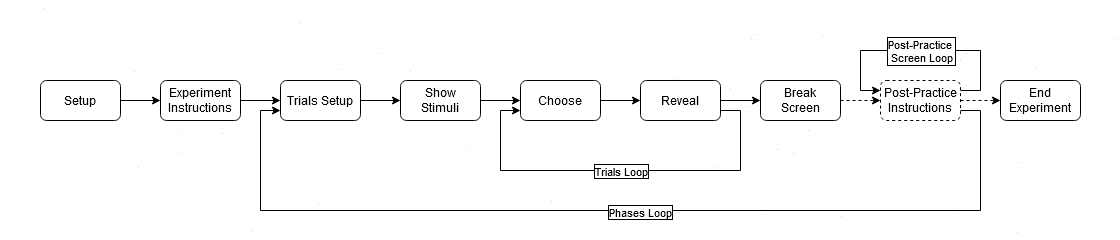
Above: imgs/ChooseFMRIDiagram.png in jlmojicaperez/GluckLab (draw.io), before the change. Source tidied: cells renumbered, new cells last; positions are measured from the earlier drawing's top-left corner, leaving out a move shared by most shapes. Source of this version:
```xml
<mxGraphModel>
  <root>
    <mxCell id="0" />
    <mxCell id="1" parent="0" />
    <mxCell id="2" style="rounded=1;whiteSpace=wrap;html=1;fillColor=#FFFFFF;opacity=30;strokeColor=none;" parent="1" vertex="1">
      <mxGeometry width="1120" height="240" as="geometry" />
    </mxCell>
    <mxCell id="3" style="edgeStyle=orthogonalEdgeStyle;rounded=0;jettySize=auto;html=1;exitX=1;exitY=0.5;exitDx=0;exitDy=0;strokeColor=#000000;" parent="1" edge="1" source="4" target="6">
      <mxGeometry relative="1" as="geometry" />
    </mxCell>
    <mxCell id="4" value="Setup" style="rounded=1;whiteSpace=wrap;html=1;fillStyle=solid;strokeColor=#000000;fillColor=#FFFFFF;fontColor=#000000;" parent="1" vertex="1">
      <mxGeometry x="40" y="80" width="80" height="40" as="geometry" />
    </mxCell>
    <mxCell id="5" style="edgeStyle=orthogonalEdgeStyle;rounded=0;jettySize=auto;html=1;exitX=1;exitY=0.5;exitDx=0;exitDy=0;entryX=0;entryY=0.5;entryDx=0;entryDy=0;strokeColor=#000000;" parent="1" edge="1" source="6" target="8">
      <mxGeometry relative="1" as="geometry" />
    </mxCell>
    <mxCell id="6" value="Experiment&lt;br&gt;&lt;div&gt;Instructions&lt;/div&gt;" style="rounded=1;whiteSpace=wrap;html=1;fillStyle=solid;strokeColor=#000000;fillColor=#FFFFFF;fontColor=#000000;" parent="1" vertex="1">
      <mxGeometry x="160" y="80" width="80" height="40" as="geometry" />
    </mxCell>
    <mxCell id="7" style="edgeStyle=orthogonalEdgeStyle;rounded=0;jettySize=auto;html=1;exitX=1;exitY=0.5;exitDx=0;exitDy=0;entryX=0;entryY=0.5;entryDx=0;entryDy=0;strokeColor=#000000;" parent="1" edge="1" source="8" target="23">
      <mxGeometry relative="1" as="geometry" />
    </mxCell>
    <mxCell id="8" value="Trials Setup" style="rounded=1;whiteSpace=wrap;html=1;fillStyle=solid;strokeColor=#000000;fillColor=#FFFFFF;fontColor=#000000;" parent="1" vertex="1">
      <mxGeometry x="280" y="80" width="80" height="40" as="geometry" />
    </mxCell>
    <mxCell id="9" style="edgeStyle=orthogonalEdgeStyle;rounded=0;jettySize=auto;html=1;exitX=1;exitY=0.5;exitDx=0;exitDy=0;entryX=0;entryY=0.5;entryDx=0;entryDy=0;strokeColor=#000000;" parent="1" edge="1" source="10" target="14">
      <mxGeometry relative="1" as="geometry" />
    </mxCell>
    <mxCell id="10" value="Choose" style="rounded=1;whiteSpace=wrap;html=1;fillStyle=solid;strokeColor=#000000;fillColor=#FFFFFF;fontColor=#000000;" parent="1" vertex="1">
      <mxGeometry x="520" y="80" width="80" height="40" as="geometry" />
    </mxCell>
    <mxCell id="11" style="edgeStyle=orthogonalEdgeStyle;rounded=0;jettySize=auto;html=1;exitX=1;exitY=0.5;exitDx=0;exitDy=0;entryX=0;entryY=0.5;entryDx=0;entryDy=0;dashed=1;strokeColor=#000000;" parent="1" edge="1" source="25" target="16">
      <mxGeometry relative="1" as="geometry" />
    </mxCell>
    <mxCell id="12" style="edgeStyle=orthogonalEdgeStyle;rounded=0;jettySize=auto;html=1;exitX=1;exitY=0.75;exitDx=0;exitDy=0;entryX=0;entryY=0.75;entryDx=0;entryDy=0;strokeColor=#000000;" parent="1" edge="1" source="14" target="10">
      <mxGeometry relative="1" as="geometry">
        <Array as="points">
          <mxPoint x="740" y="110" />
          <mxPoint x="740" y="170" />
          <mxPoint x="500" y="170" />
          <mxPoint x="500" y="110" />
        </Array>
      </mxGeometry>
    </mxCell>
    <mxCell id="13" value="&lt;div&gt;Trials Loop&lt;/div&gt;" style="edgeLabel;html=1;align=center;verticalAlign=middle;labelBackgroundColor=#ffffff;labelBorderColor=#000000;fontColor=#000000;spacing=13;" parent="12" vertex="1">
      <mxGeometry x="0.06" relative="1" as="geometry">
        <mxPoint x="13" as="offset" />
      </mxGeometry>
    </mxCell>
    <mxCell id="14" value="Reveal" style="rounded=1;whiteSpace=wrap;html=1;fillStyle=solid;strokeColor=#000000;fillColor=#FFFFFF;fontColor=#000000;" parent="1" vertex="1">
      <mxGeometry x="640" y="80" width="80" height="40" as="geometry" />
    </mxCell>
    <mxCell id="15" style="edgeStyle=orthogonalEdgeStyle;rounded=0;jettySize=auto;html=1;exitX=1;exitY=0.5;exitDx=0;exitDy=0;entryX=0;entryY=0.5;entryDx=0;entryDy=0;dashed=1;strokeColor=#000000;" parent="1" edge="1" source="16" target="19">
      <mxGeometry relative="1" as="geometry" />
    </mxCell>
    <mxCell id="16" value="&lt;div&gt;Post-Practice&lt;/div&gt;&lt;div&gt;Instructions&lt;br&gt;&lt;/div&gt;" style="rounded=1;whiteSpace=wrap;html=1;dashed=1;fillStyle=solid;fillColor=#FFFFFF;fontColor=#000000;strokeColor=#000000;" parent="1" vertex="1">
      <mxGeometry x="880" y="80" width="80" height="40" as="geometry" />
    </mxCell>
    <mxCell id="17" style="edgeStyle=orthogonalEdgeStyle;rounded=0;jettySize=auto;html=1;exitX=1;exitY=0.75;exitDx=0;exitDy=0;strokeColor=#000000;" parent="1" edge="1" source="16">
      <mxGeometry relative="1" as="geometry">
        <mxPoint x="280" y="110" as="targetPoint" />
        <Array as="points">
          <mxPoint x="980" y="110" />
          <mxPoint x="980" y="210" />
          <mxPoint x="260" y="210" />
          <mxPoint x="260" y="110" />
        </Array>
      </mxGeometry>
    </mxCell>
    <mxCell id="18" value="Phases Loop" style="edgeLabel;html=1;align=center;verticalAlign=middle;labelBackgroundColor=#ffffff;labelBorderColor=#000000;fontColor=#000000;spacing=13;" parent="17" vertex="1">
      <mxGeometry x="-0.04" y="1" relative="1" as="geometry" />
    </mxCell>
    <mxCell id="19" value="End Experiment" style="rounded=1;whiteSpace=wrap;html=1;fillStyle=solid;strokeColor=#000000;fillColor=#FFFFFF;fontColor=#000000;" parent="1" vertex="1">
      <mxGeometry x="1000" y="80" width="80" height="40" as="geometry" />
    </mxCell>
    <mxCell id="20" style="edgeStyle=orthogonalEdgeStyle;rounded=0;orthogonalLoop=1;jettySize=auto;html=1;exitX=1;exitY=0.25;exitDx=0;exitDy=0;entryX=0;entryY=0.25;entryDx=0;entryDy=0;strokeColor=#000000;" parent="1" edge="1" source="16" target="16">
      <mxGeometry relative="1" as="geometry">
        <Array as="points">
          <mxPoint x="980" y="90" />
          <mxPoint x="980" y="50" />
          <mxPoint x="860" y="50" />
          <mxPoint x="860" y="90" />
        </Array>
      </mxGeometry>
    </mxCell>
    <mxCell id="21" value="&lt;div&gt;Post-Practice&amp;nbsp;&lt;/div&gt;&lt;div&gt;Screen Loop&lt;/div&gt;" style="edgeLabel;html=1;align=center;verticalAlign=middle;labelBackgroundColor=#ffffff;labelBorderColor=#000000;fontColor=#000000;spacing=13;" parent="20" vertex="1">
      <mxGeometry x="0.03" relative="1" as="geometry">
        <mxPoint x="3" as="offset" />
      </mxGeometry>
    </mxCell>
    <mxCell id="22" style="edgeStyle=orthogonalEdgeStyle;rounded=0;jettySize=auto;html=1;" parent="1" edge="1" source="23" target="10">
      <mxGeometry relative="1" as="geometry" />
    </mxCell>
    <mxCell id="23" value="&lt;div&gt;Show&lt;/div&gt;&lt;div&gt;Stimuli&lt;/div&gt;" style="rounded=1;whiteSpace=wrap;html=1;fillStyle=solid;strokeColor=#000000;fillColor=#FFFFFF;fontColor=#000000;" parent="1" vertex="1">
      <mxGeometry x="400" y="80" width="80" height="40" as="geometry" />
    </mxCell>
    <mxCell id="24" style="edgeStyle=orthogonalEdgeStyle;rounded=0;jettySize=auto;html=1;exitX=1;exitY=0.5;exitDx=0;exitDy=0;entryX=0;entryY=0.5;entryDx=0;entryDy=0;strokeColor=#000000;" parent="1" edge="1" source="14" target="25">
      <mxGeometry relative="1" as="geometry" />
    </mxCell>
    <mxCell id="25" value="&lt;div&gt;Break&lt;/div&gt;&lt;div&gt;Screen&lt;/div&gt;" style="rounded=1;whiteSpace=wrap;html=1;fillStyle=solid;strokeColor=#000000;fillColor=#FFFFFF;fontColor=#000000;" parent="1" vertex="1">
      <mxGeometry x="760" y="80" width="80" height="40" as="geometry" />
    </mxCell>
  </root>
</mxGraphModel>
```
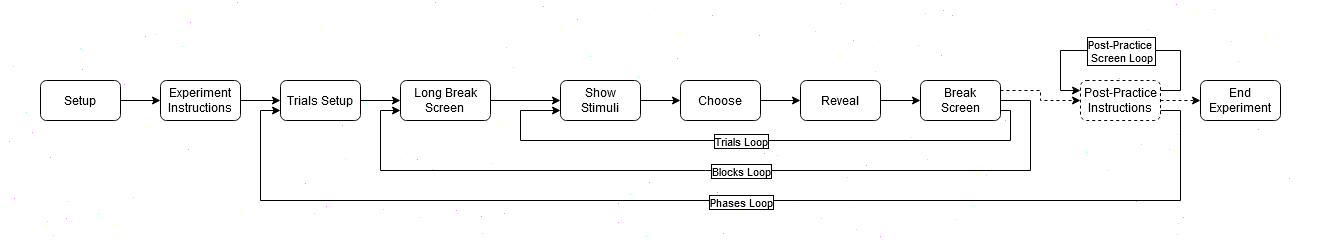
Above is the later version.

Diff of the diagram source:
```diff
@@ -2,9 +2,9 @@
   <root>
     <mxCell id="0" />
     <mxCell id="1" parent="0" />
-    <mxCell id="2" style="rounded=1;whiteSpace=wrap;html=1;fillColor=#FFFFFF;opacity=30;strokeColor=none;" parent="1" vertex="1">
-      <mxGeometry width="1120" height="240" as="geometry" />
-    </mxCell>
+    <mxCell id="26" style="rounded=1;whiteSpace=wrap;html=1;opacity=50;strokeWidth=0;strokeColor=none;" parent="1" vertex="1">
+      <mxGeometry width="1320" height="240" as="geometry" />
+    </mxCell>
     <mxCell id="3" style="edgeStyle=orthogonalEdgeStyle;rounded=0;jettySize=auto;html=1;exitX=1;exitY=0.5;exitDx=0;exitDy=0;strokeColor=#000000;" parent="1" edge="1" source="4" target="6">
       <mxGeometry relative="1" as="geometry" />
     </mxCell>
@@ -17,9 +17,9 @@
     <mxCell id="6" value="Experiment&lt;br&gt;&lt;div&gt;Instructions&lt;/div&gt;" style="rounded=1;whiteSpace=wrap;html=1;fillStyle=solid;strokeColor=#000000;fillColor=#FFFFFF;fontColor=#000000;" parent="1" vertex="1">
       <mxGeometry x="160" y="80" width="80" height="40" as="geometry" />
     </mxCell>
-    <mxCell id="7" style="edgeStyle=orthogonalEdgeStyle;rounded=0;jettySize=auto;html=1;exitX=1;exitY=0.5;exitDx=0;exitDy=0;entryX=0;entryY=0.5;entryDx=0;entryDy=0;strokeColor=#000000;" parent="1" edge="1" source="8" target="23">
-      <mxGeometry relative="1" as="geometry" />
-    </mxCell>
+    <mxCell id="27" style="edgeStyle=orthogonalEdgeStyle;rounded=0;jettySize=auto;html=1;" parent="1" edge="1" source="8" target="31">
+      <mxGeometry relative="1" as="geometry" />
+    </mxCell>
     <mxCell id="8" value="Trials Setup" style="rounded=1;whiteSpace=wrap;html=1;fillStyle=solid;strokeColor=#000000;fillColor=#FFFFFF;fontColor=#000000;" parent="1" vertex="1">
       <mxGeometry x="280" y="80" width="80" height="40" as="geometry" />
     </mxCell>
@@ -27,59 +27,66 @@
       <mxGeometry relative="1" as="geometry" />
     </mxCell>
     <mxCell id="10" value="Choose" style="rounded=1;whiteSpace=wrap;html=1;fillStyle=solid;strokeColor=#000000;fillColor=#FFFFFF;fontColor=#000000;" parent="1" vertex="1">
-      <mxGeometry x="520" y="80" width="80" height="40" as="geometry" />
+      <mxGeometry x="680" y="80" width="80" height="40" as="geometry" />
     </mxCell>
-    <mxCell id="11" style="edgeStyle=orthogonalEdgeStyle;rounded=0;jettySize=auto;html=1;exitX=1;exitY=0.5;exitDx=0;exitDy=0;entryX=0;entryY=0.5;entryDx=0;entryDy=0;dashed=1;strokeColor=#000000;" parent="1" edge="1" source="25" target="16">
-      <mxGeometry relative="1" as="geometry" />
+    <mxCell id="11" style="edgeStyle=orthogonalEdgeStyle;rounded=0;jettySize=auto;html=1;exitX=1;exitY=0.25;exitDx=0;exitDy=0;entryX=0;entryY=0.5;entryDx=0;entryDy=0;dashed=1;strokeColor=#000000;" parent="1" edge="1" source="25" target="16">
+      <mxGeometry relative="1" as="geometry">
+        <Array as="points">
+          <mxPoint x="1040" y="90" />
+          <mxPoint x="1040" y="100" />
+        </Array>
+      </mxGeometry>
     </mxCell>
-    <mxCell id="12" style="edgeStyle=orthogonalEdgeStyle;rounded=0;jettySize=auto;html=1;exitX=1;exitY=0.75;exitDx=0;exitDy=0;entryX=0;entryY=0.75;entryDx=0;entryDy=0;strokeColor=#000000;" parent="1" edge="1" source="14" target="10">
+    <mxCell id="12" style="edgeStyle=orthogonalEdgeStyle;rounded=0;jettySize=auto;html=1;exitX=1;exitY=0.75;exitDx=0;exitDy=0;entryX=0;entryY=0.75;entryDx=0;entryDy=0;strokeColor=#000000;" parent="1" edge="1" source="25" target="23">
       <mxGeometry relative="1" as="geometry">
         <Array as="points">
-          <mxPoint x="740" y="110" />
-          <mxPoint x="740" y="170" />
-          <mxPoint x="500" y="170" />
-          <mxPoint x="500" y="110" />
+          <mxPoint x="1010" y="110" />
+          <mxPoint x="1010" y="140" />
+          <mxPoint x="520" y="140" />
+          <mxPoint x="520" y="110" />
         </Array>
       </mxGeometry>
     </mxCell>
     <mxCell id="13" value="&lt;div&gt;Trials Loop&lt;/div&gt;" style="edgeLabel;html=1;align=center;verticalAlign=middle;labelBackgroundColor=#ffffff;labelBorderColor=#000000;fontColor=#000000;spacing=13;" parent="12" vertex="1">
       <mxGeometry x="0.06" relative="1" as="geometry">
-        <mxPoint x="13" as="offset" />
+        <mxPoint x="9" as="offset" />
       </mxGeometry>
     </mxCell>
     <mxCell id="14" value="Reveal" style="rounded=1;whiteSpace=wrap;html=1;fillStyle=solid;strokeColor=#000000;fillColor=#FFFFFF;fontColor=#000000;" parent="1" vertex="1">
-      <mxGeometry x="640" y="80" width="80" height="40" as="geometry" />
+      <mxGeometry x="800" y="80" width="80" height="40" as="geometry" />
     </mxCell>
     <mxCell id="15" style="edgeStyle=orthogonalEdgeStyle;rounded=0;jettySize=auto;html=1;exitX=1;exitY=0.5;exitDx=0;exitDy=0;entryX=0;entryY=0.5;entryDx=0;entryDy=0;dashed=1;strokeColor=#000000;" parent="1" edge="1" source="16" target="19">
       <mxGeometry relative="1" as="geometry" />
     </mxCell>
     <mxCell id="16" value="&lt;div&gt;Post-Practice&lt;/div&gt;&lt;div&gt;Instructions&lt;br&gt;&lt;/div&gt;" style="rounded=1;whiteSpace=wrap;html=1;dashed=1;fillStyle=solid;fillColor=#FFFFFF;fontColor=#000000;strokeColor=#000000;" parent="1" vertex="1">
-      <mxGeometry x="880" y="80" width="80" height="40" as="geometry" />
+      <mxGeometry x="1080" y="80" width="80" height="40" as="geometry" />
     </mxCell>
     <mxCell id="17" style="edgeStyle=orthogonalEdgeStyle;rounded=0;jettySize=auto;html=1;exitX=1;exitY=0.75;exitDx=0;exitDy=0;strokeColor=#000000;" parent="1" edge="1" source="16">
       <mxGeometry relative="1" as="geometry">
         <mxPoint x="280" y="110" as="targetPoint" />
         <Array as="points">
-          <mxPoint x="980" y="110" />
-          <mxPoint x="980" y="210" />
-          <mxPoint x="260" y="210" />
+          <mxPoint x="1180" y="110" />
+          <mxPoint x="1180" y="200" />
+          <mxPoint x="260" y="200" />
           <mxPoint x="260" y="110" />
         </Array>
       </mxGeometry>
     </mxCell>
     <mxCell id="18" value="Phases Loop" style="edgeLabel;html=1;align=center;verticalAlign=middle;labelBackgroundColor=#ffffff;labelBorderColor=#000000;fontColor=#000000;spacing=13;" parent="17" vertex="1">
-      <mxGeometry x="-0.04" y="1" relative="1" as="geometry" />
+      <mxGeometry x="-0.04" y="1" relative="1" as="geometry">
+        <mxPoint x="-3" as="offset" />
+      </mxGeometry>
     </mxCell>
     <mxCell id="19" value="End Experiment" style="rounded=1;whiteSpace=wrap;html=1;fillStyle=solid;strokeColor=#000000;fillColor=#FFFFFF;fontColor=#000000;" parent="1" vertex="1">
-      <mxGeometry x="1000" y="80" width="80" height="40" as="geometry" />
+      <mxGeometry x="1200" y="80" width="80" height="40" as="geometry" />
     </mxCell>
     <mxCell id="20" style="edgeStyle=orthogonalEdgeStyle;rounded=0;orthogonalLoop=1;jettySize=auto;html=1;exitX=1;exitY=0.25;exitDx=0;exitDy=0;entryX=0;entryY=0.25;entryDx=0;entryDy=0;strokeColor=#000000;" parent="1" edge="1" source="16" target="16">
       <mxGeometry relative="1" as="geometry">
         <Array as="points">
-          <mxPoint x="980" y="90" />
-          <mxPoint x="980" y="50" />
-          <mxPoint x="860" y="50" />
-          <mxPoint x="860" y="90" />
+          <mxPoint x="1180" y="90" />
+          <mxPoint x="1180" y="50" />
+          <mxPoint x="1060" y="50" />
+          <mxPoint x="1060" y="90" />
         </Array>
       </mxGeometry>
     </mxCell>
@@ -92,13 +99,34 @@
       <mxGeometry relative="1" as="geometry" />
     </mxCell>
     <mxCell id="23" value="&lt;div&gt;Show&lt;/div&gt;&lt;div&gt;Stimuli&lt;/div&gt;" style="rounded=1;whiteSpace=wrap;html=1;fillStyle=solid;strokeColor=#000000;fillColor=#FFFFFF;fontColor=#000000;" parent="1" vertex="1">
-      <mxGeometry x="400" y="80" width="80" height="40" as="geometry" />
+      <mxGeometry x="560" y="80" width="80" height="40" as="geometry" />
     </mxCell>
     <mxCell id="24" style="edgeStyle=orthogonalEdgeStyle;rounded=0;jettySize=auto;html=1;exitX=1;exitY=0.5;exitDx=0;exitDy=0;entryX=0;entryY=0.5;entryDx=0;entryDy=0;strokeColor=#000000;" parent="1" edge="1" source="14" target="25">
       <mxGeometry relative="1" as="geometry" />
     </mxCell>
+    <mxCell id="28" style="edgeStyle=orthogonalEdgeStyle;rounded=0;jettySize=auto;html=1;exitX=1;exitY=0.5;exitDx=0;exitDy=0;entryX=0;entryY=0.75;entryDx=0;entryDy=0;" parent="1" edge="1" source="25" target="31">
+      <mxGeometry relative="1" as="geometry">
+        <Array as="points">
+          <mxPoint x="1030" y="100" />
+          <mxPoint x="1030" y="170" />
+          <mxPoint x="380" y="170" />
+          <mxPoint x="380" y="110" />
+        </Array>
+      </mxGeometry>
+    </mxCell>
+    <mxCell id="29" value="Blocks Loop" style="edgeLabel;html=1;align=center;verticalAlign=middle;labelBorderColor=default;" parent="28" vertex="1">
+      <mxGeometry x="0.02" relative="1" as="geometry">
+        <mxPoint x="35" as="offset" />
+      </mxGeometry>
+    </mxCell>
     <mxCell id="25" value="&lt;div&gt;Break&lt;/div&gt;&lt;div&gt;Screen&lt;/div&gt;" style="rounded=1;whiteSpace=wrap;html=1;fillStyle=solid;strokeColor=#000000;fillColor=#FFFFFF;fontColor=#000000;" parent="1" vertex="1">
-      <mxGeometry x="760" y="80" width="80" height="40" as="geometry" />
+      <mxGeometry x="920" y="80" width="80" height="40" as="geometry" />
     </mxCell>
+    <mxCell id="30" style="edgeStyle=orthogonalEdgeStyle;rounded=0;jettySize=auto;html=1;" parent="1" edge="1" source="31" target="23">
+      <mxGeometry relative="1" as="geometry" />
+    </mxCell>
+    <mxCell id="31" value="&lt;div&gt;Long Break&lt;/div&gt;&lt;div&gt;Screen&lt;br&gt;&lt;/div&gt;" style="whiteSpace=wrap;html=1;fillColor=#FFFFFF;strokeColor=#000000;fontColor=#000000;rounded=1;fillStyle=solid;" parent="1" vertex="1">
+      <mxGeometry x="400" y="80" width="90" height="40" as="geometry" />
+    </mxCell>
   </root>
 </mxGraphModel>
```
